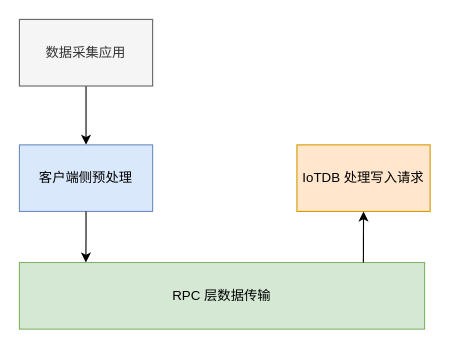
THUMarkLau/thuthesis keeps this draw.io diagram as 设计图/数据写入整体过程.drawio. Above is the earlier version. Source tidied: cells renumbered, new cells numbered last; positions are measured from the earlier drawing's top-left corner, leaving out a move shared by most shapes. Both pictures are drawn from the tidied source at 111%, with x=0, y=0 at pixel (19, 19).
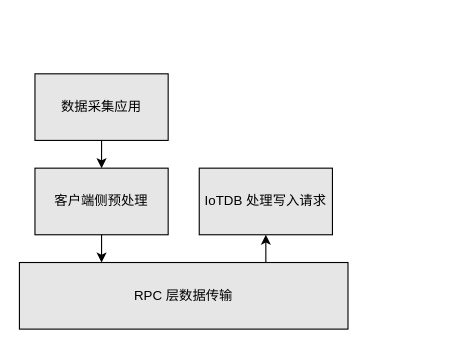
The same diagram, later.

Diff of the diagram source:
```diff
@@
 <mxGraphModel>
   <root>
     <mxCell id="0" />
     <mxCell id="1" parent="0" />
     <mxCell id="2" style="edgeStyle=orthogonalEdgeStyle;rounded=0;jettySize=auto;html=1;" parent="1" edge="1" source="3" target="4">
       <mxGeometry relative="1" as="geometry" />
     </mxCell>
-    <mxCell id="3" value="数据采集应用" style="rounded=0;whiteSpace=wrap;html=1;fillColor=#f5f5f5;fontColor=#333333;strokeColor=#666666;" parent="1" vertex="1">
-      <mxGeometry width="120" height="60" as="geometry" />
+    <mxCell id="3" value="&lt;font color=&quot;#000000&quot;&gt;数据采集应用&lt;/font&gt;" style="rounded=0;whiteSpace=wrap;html=1;fillColor=#E6E6E6;fontColor=#333333;strokeColor=#000000;" parent="1" vertex="1">
+      <mxGeometry x="14" y="49" width="120" height="60" as="geometry" />
     </mxCell>
-    <mxCell id="4" value="客户端侧预处理" style="rounded=0;whiteSpace=wrap;html=1;fillColor=#dae8fc;strokeColor=#6c8ebf;" parent="1" vertex="1">
-      <mxGeometry y="113" width="120" height="60" as="geometry" />
+    <mxCell id="4" value="客户端侧预处理" style="rounded=0;whiteSpace=wrap;html=1;fillColor=#E6E6E6;strokeColor=#000000;" parent="1" vertex="1">
+      <mxGeometry x="14" y="134" width="120" height="60" as="geometry" />
     </mxCell>
-    <mxCell id="5" value="RPC 层数据传输" style="rounded=0;whiteSpace=wrap;html=1;fillColor=#d5e8d4;strokeColor=#82b366;" parent="1" vertex="1">
-      <mxGeometry y="219" width="365" height="60" as="geometry" />
+    <mxCell id="5" value="RPC 层数据传输" style="rounded=0;whiteSpace=wrap;html=1;fillColor=#E6E6E6;strokeColor=#000000;gradientColor=none;glass=0;shadow=0;fillStyle=auto;" parent="1" vertex="1">
+      <mxGeometry y="219" width="296" height="60" as="geometry" />
     </mxCell>
-    <mxCell id="6" value="IoTDB 处理写入请求" style="rounded=0;whiteSpace=wrap;html=1;fillColor=#ffe6cc;strokeColor=#d79b00;" parent="1" vertex="1">
-      <mxGeometry x="250" y="113" width="120" height="60" as="geometry" />
+    <mxCell id="6" value="IoTDB 处理写入请求" style="rounded=0;whiteSpace=wrap;html=1;fillColor=#E6E6E6;strokeColor=#000000;" parent="1" vertex="1">
+      <mxGeometry x="162" y="134" width="120" height="60" as="geometry" />
     </mxCell>
+    <mxCell id="8" style="endArrow=classic;html=1;rounded=0;entryX=0.5;entryY=1;entryDx=0;entryDy=0;exitX=0.75;exitY=0;exitDx=0;exitDy=0;" parent="1" edge="1" source="5" target="6">
+      <mxGeometry relative="1" as="geometry" />
+    </mxCell>
-    <mxCell id="7" style="edgeStyle=orthogonalEdgeStyle;rounded=0;jettySize=auto;html=1;exitX=0.5;exitY=1;exitDx=0;exitDy=0;entryX=0.164;entryY=0;entryDx=0;entryDy=0;entryPerimeter=0;" parent="1" edge="1" source="4" target="5">
+    <mxCell id="7" style="endArrow=classic;html=1;rounded=0;exitX=0.5;exitY=1;exitDx=0;exitDy=0;entryX=0.25;entryY=0;entryDx=0;entryDy=0;" parent="1" edge="1" source="4" target="5">
       <mxGeometry relative="1" as="geometry" />
     </mxCell>
-    <mxCell id="8" style="endArrow=classic;html=1;rounded=0;entryX=0.5;entryY=1;entryDx=0;entryDy=0;exitX=0.849;exitY=0;exitDx=0;exitDy=0;exitPerimeter=0;" parent="1" edge="1" source="5" target="6">
-      <mxGeometry relative="1" as="geometry" />
-    </mxCell>
   </root>
 </mxGraphModel>
```
